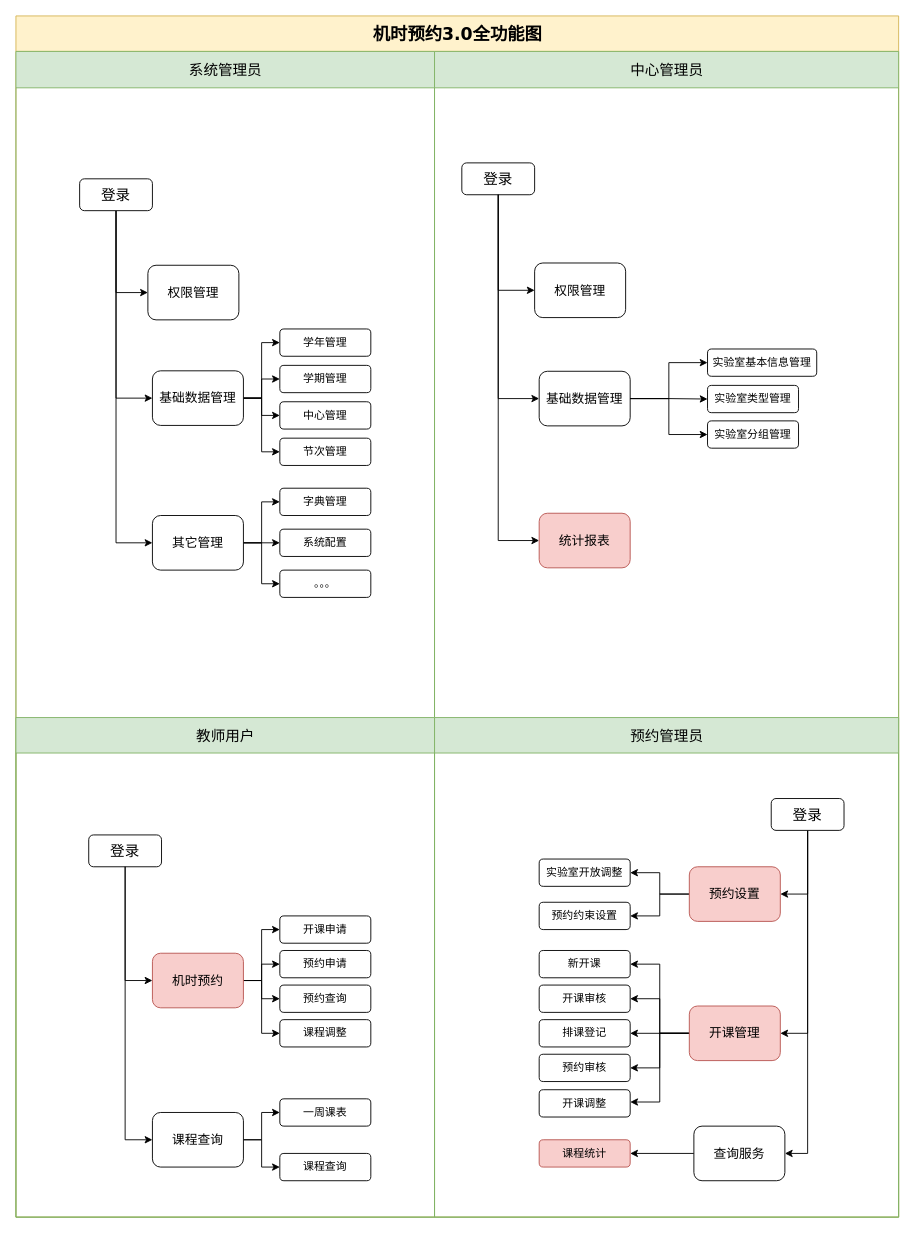
Above: page "全功能图" (1 of 3) of 未命名表单.drawio in wilesanGH/chaincode_demo (draw.io), before the change. Source tidied: cells renumbered, new cells numbered last; positions are measured from the earlier drawing's top-left corner, leaving out a move shared by most shapes. Both pictures are drawn from the tidied source at 91%, with x=0, y=0 at pixel (15, 15).
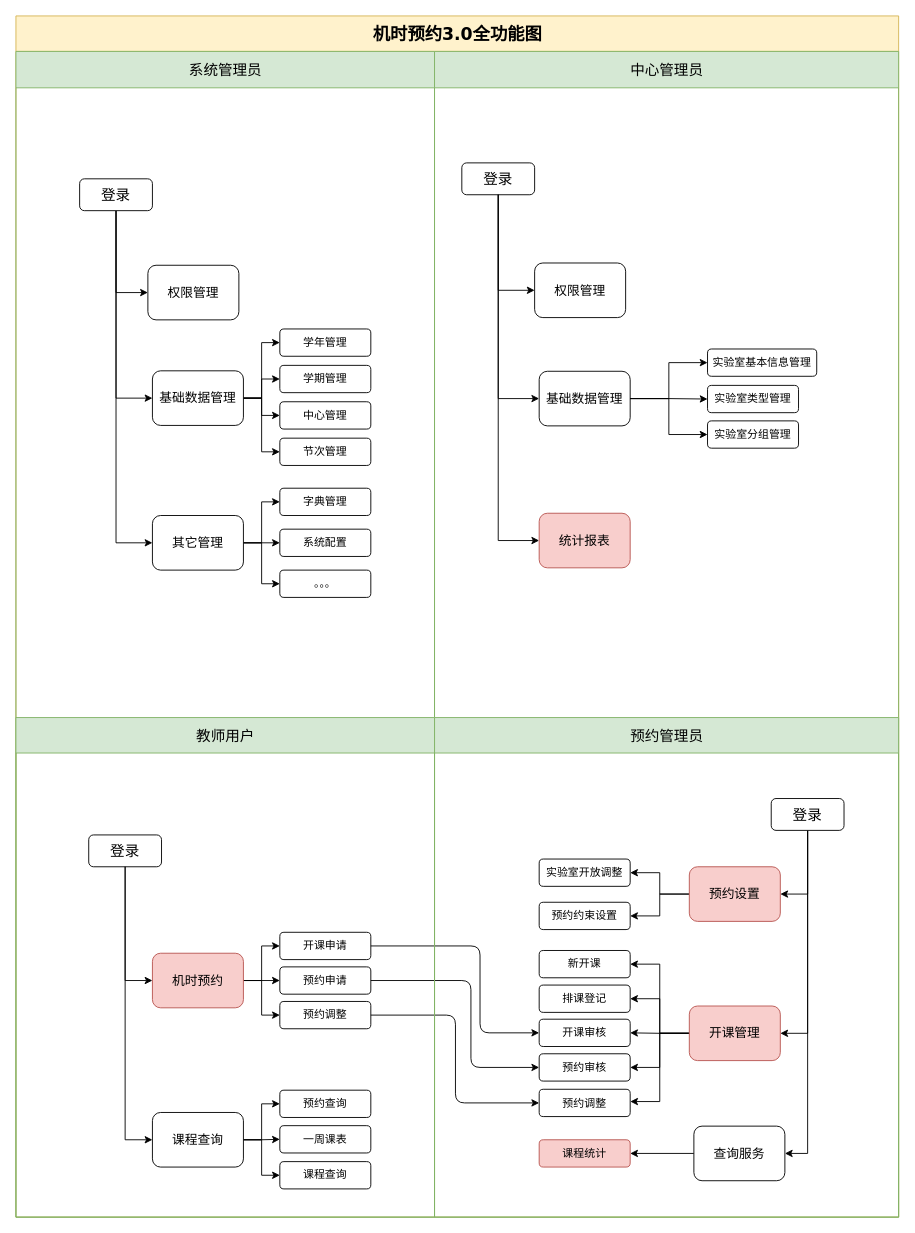
After the change.

Commit message (it also covers changes not shown here):
更新未命名表单.drawio

Unchanged cells that the change refers to:
```xml
<mxCell id="2" value="机时预约3.0全功能图" style="swimlane;html=1;startSize=39;rounded=0;shadow=0;labelBackgroundColor=none;strokeColor=#d6b656;strokeWidth=1;fillColor=#fff2cc;fontFamily=Verdana;fontSize=19;align=center;" parent="1" vertex="1">
  <mxGeometry width="970" height="1320" as="geometry" />
</mxCell>
<mxCell id="3" value="系统管理员" style="swimlane;html=1;startSize=40;fillColor=#d5e8d4;strokeColor=#82b366;fontSize=16;fontStyle=0;" parent="2" vertex="1">
  <mxGeometry y="39" width="460" height="1281" as="geometry" />
</mxCell>
<mxCell id="30" value="机时预约" style="rounded=1;whiteSpace=wrap;html=1;shadow=0;labelBackgroundColor=none;strokeColor=#b85450;strokeWidth=1;fillColor=#f8cecc;fontFamily=Verdana;fontSize=14;align=center;" parent="3" vertex="1">
  <mxGeometry x="150" y="991" width="100" height="60" as="geometry" />
</mxCell>
<mxCell id="33" value="课程查询" style="rounded=1;whiteSpace=wrap;html=1;shadow=0;labelBackgroundColor=none;strokeColor=#000000;strokeWidth=1;fillColor=#ffffff;fontFamily=Verdana;fontSize=14;fontColor=#000000;align=center;" parent="3" vertex="1">
  <mxGeometry x="150" y="1166" width="100" height="60" as="geometry" />
</mxCell>
<mxCell id="42" value="中心管理员" style="swimlane;html=1;startSize=40;fillColor=#d5e8d4;strokeColor=#82b366;fontSize=16;fontStyle=0;" parent="2" vertex="1">
  <mxGeometry x="460" y="39" width="510" height="1281" as="geometry" />
</mxCell>
```

What changed in the source:
```diff
@@
-    <mxCell id="28" style="edgeStyle=orthogonalEdgeStyle;rounded=0;jettySize=auto;html=1;exitX=1;exitY=0.5;exitDx=0;exitDy=0;entryX=0;entryY=0.5;entryDx=0;entryDy=0;fontSize=16;" parent="3" edge="1" source="30" target="38">
-      <mxGeometry relative="1" as="geometry" />
-    </mxCell>
@@
+    <mxCell id="81" style="edgeStyle=orthogonalEdgeStyle;rounded=0;jettySize=auto;html=1;exitX=1;exitY=0.5;exitDx=0;exitDy=0;entryX=0;entryY=0.5;entryDx=0;entryDy=0;fontSize=14;" parent="3" edge="1" source="33" target="38">
+      <mxGeometry relative="1" as="geometry" />
+    </mxCell>
@@
     <mxCell id="36" value="开课申请" style="rounded=1;whiteSpace=wrap;html=1;shadow=0;labelBackgroundColor=none;strokeColor=#000000;strokeWidth=1;fillColor=#ffffff;fontFamily=Verdana;fontSize=12;fontColor=#000000;align=center;" parent="3" vertex="1">
-      <mxGeometry x="290" y="950" width="100" height="30" as="geometry" />
+      <mxGeometry x="290" y="968" width="100" height="30" as="geometry" />
     </mxCell>
     <mxCell id="37" value="预约申请" style="rounded=1;whiteSpace=wrap;html=1;shadow=0;labelBackgroundColor=none;strokeColor=#000000;strokeWidth=1;fillColor=#ffffff;fontFamily=Verdana;fontSize=12;fontColor=#000000;align=center;" parent="3" vertex="1">
-      <mxGeometry x="290" y="988" width="100" height="30" as="geometry" />
+      <mxGeometry x="290" y="1006" width="100" height="30" as="geometry" />
     </mxCell>
     <mxCell id="38" value="预约查询" style="rounded=1;whiteSpace=wrap;html=1;shadow=0;labelBackgroundColor=none;strokeColor=#000000;strokeWidth=1;fillColor=#ffffff;fontFamily=Verdana;fontSize=12;fontColor=#000000;align=center;" parent="3" vertex="1">
-      <mxGeometry x="290" y="1026" width="100" height="30" as="geometry" />
+      <mxGeometry x="290" y="1141.5" width="100" height="30" as="geometry" />
     </mxCell>
-    <mxCell id="39" value="课程调整" style="rounded=1;whiteSpace=wrap;html=1;shadow=0;labelBackgroundColor=none;strokeColor=#000000;strokeWidth=1;fillColor=#ffffff;fontFamily=Verdana;fontSize=12;fontColor=#000000;align=center;gradientColor=#ffffff;" parent="3" vertex="1">
-      <mxGeometry x="290" y="1064" width="100" height="30" as="geometry" />
+    <mxCell id="39" value="预约调整" style="rounded=1;whiteSpace=wrap;html=1;shadow=0;labelBackgroundColor=none;strokeColor=#000000;strokeWidth=1;fillColor=#ffffff;fontFamily=Verdana;fontSize=12;fontColor=#000000;align=center;gradientColor=#ffffff;" parent="3" vertex="1">
+      <mxGeometry x="290" y="1044" width="100" height="30" as="geometry" />
     </mxCell>
     <mxCell id="40" value="一周课表" style="rounded=1;whiteSpace=wrap;html=1;shadow=0;labelBackgroundColor=none;strokeColor=#000000;strokeWidth=1;fillColor=#ffffff;fontFamily=Verdana;fontSize=12;fontColor=#000000;align=center;" parent="3" vertex="1">
-      <mxGeometry x="290" y="1151" width="100" height="30" as="geometry" />
+      <mxGeometry x="290" y="1180.5" width="100" height="30" as="geometry" />
     </mxCell>
     <mxCell id="41" value="课程查询" style="rounded=1;whiteSpace=wrap;html=1;shadow=0;labelBackgroundColor=none;strokeColor=#000000;strokeWidth=1;fillColor=#ffffff;fontFamily=Verdana;fontSize=12;fontColor=#000000;align=center;" parent="3" vertex="1">
-      <mxGeometry x="290" y="1211" width="100" height="30" as="geometry" />
+      <mxGeometry x="290" y="1220" width="100" height="30" as="geometry" />
     </mxCell>
@@
     <mxCell id="74" value="开课审核" style="rounded=1;whiteSpace=wrap;html=1;shadow=0;labelBackgroundColor=none;strokeColor=#000000;strokeWidth=1;fillColor=#ffffff;fontFamily=Verdana;fontSize=12;fontColor=#000000;align=center;" parent="42" vertex="1">
-      <mxGeometry x="115" y="1026" width="100" height="30" as="geometry" />
+      <mxGeometry x="115" y="1063.5" width="100" height="30" as="geometry" />
     </mxCell>
     <mxCell id="75" value="排课登记" style="rounded=1;whiteSpace=wrap;html=1;shadow=0;labelBackgroundColor=none;strokeColor=#000000;strokeWidth=1;fillColor=#ffffff;fontFamily=Verdana;fontSize=12;fontColor=#000000;align=center;" parent="42" vertex="1">
-      <mxGeometry x="115" y="1064" width="100" height="30" as="geometry" />
+      <mxGeometry x="115" y="1026" width="100" height="30" as="geometry" />
     </mxCell>
     <mxCell id="76" value="预约审核" style="rounded=1;whiteSpace=wrap;html=1;shadow=0;labelBackgroundColor=none;strokeColor=#000000;strokeWidth=1;fillColor=#ffffff;fontFamily=Verdana;fontSize=12;fontColor=#000000;align=center;" parent="42" vertex="1">
-      <mxGeometry x="115" y="1102" width="100" height="30" as="geometry" />
+      <mxGeometry x="115" y="1101.5" width="100" height="30" as="geometry" />
     </mxCell>
-    <mxCell id="77" value="开课调整" style="rounded=1;whiteSpace=wrap;html=1;shadow=0;labelBackgroundColor=none;strokeColor=#000000;strokeWidth=1;fillColor=#ffffff;fontFamily=Verdana;fontSize=12;fontColor=#000000;align=center;" parent="42" vertex="1">
-      <mxGeometry x="115" y="1141" width="100" height="30" as="geometry" />
+    <mxCell id="77" value="预约调整" style="rounded=1;whiteSpace=wrap;html=1;shadow=0;labelBackgroundColor=none;strokeColor=#000000;strokeWidth=1;fillColor=#ffffff;fontFamily=Verdana;fontSize=12;fontColor=#000000;align=center;" parent="42" vertex="1">
+      <mxGeometry x="115" y="1140.5" width="100" height="30" as="geometry" />
     </mxCell>
@@
+    <mxCell id="82" style="edgeStyle=elbowEdgeStyle;elbow=horizontal;endArrow=classic;html=1;fontSize=14;entryX=0;entryY=0.5;entryDx=0;entryDy=0;exitX=1;exitY=0.5;exitDx=0;exitDy=0;" parent="2" edge="1" source="36" target="74">
+      <mxGeometry relative="1" as="geometry">
+        <Array as="points">
+          <mxPoint x="510" y="1040" />
+        </Array>
+      </mxGeometry>
+    </mxCell>
+    <mxCell id="83" style="edgeStyle=elbowEdgeStyle;elbow=horizontal;endArrow=classic;html=1;fontSize=14;entryX=0;entryY=0.5;entryDx=0;entryDy=0;exitX=1;exitY=0.5;exitDx=0;exitDy=0;" parent="2" edge="1" source="37" target="76">
+      <mxGeometry relative="1" as="geometry">
+        <Array as="points">
+          <mxPoint x="500" y="1100" />
+        </Array>
+      </mxGeometry>
+    </mxCell>
+    <mxCell id="84" style="edgeStyle=elbowEdgeStyle;elbow=horizontal;endArrow=classic;html=1;fontSize=14;entryX=0;entryY=0.5;entryDx=0;entryDy=0;exitX=1;exitY=0.5;exitDx=0;exitDy=0;" parent="2" edge="1" source="39" target="77">
+      <mxGeometry relative="1" as="geometry" />
+    </mxCell>
```
